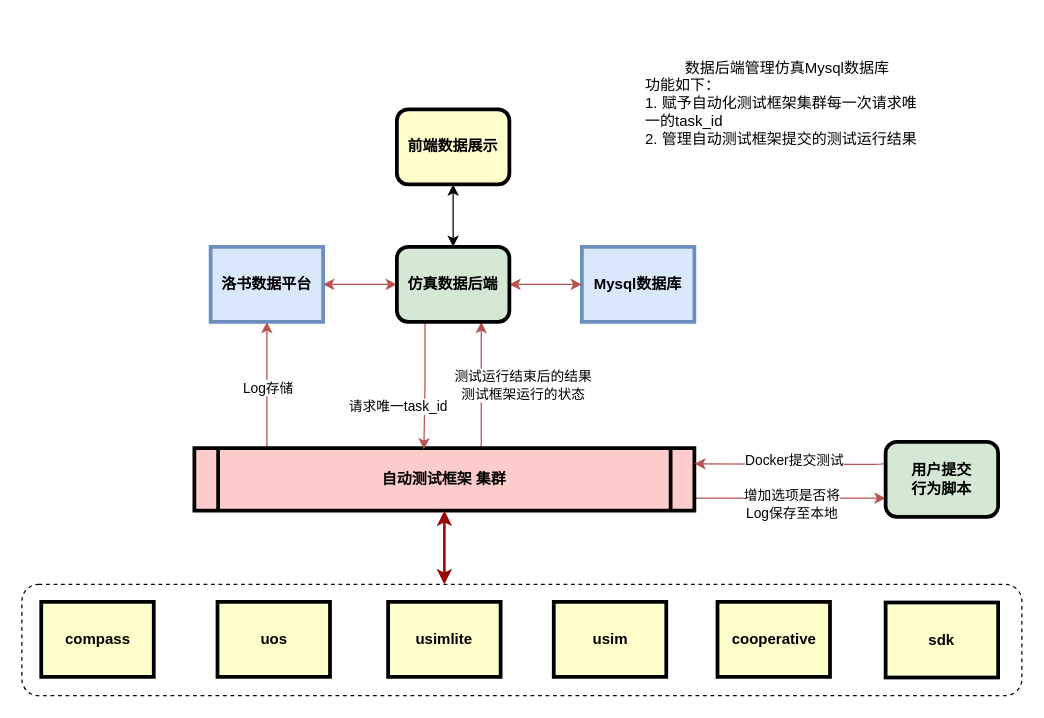
Earlier version of the draw.io diagram autotest.drawio (Kingzhoudk/diagrams). Source tidied: cells renumbered, new cells numbered last; positions are measured from the earlier drawing's top-left corner, leaving out a move shared by most shapes. Both pictures are drawn from the tidied source at 125%, with x=0, y=0 at pixel (21, 34).
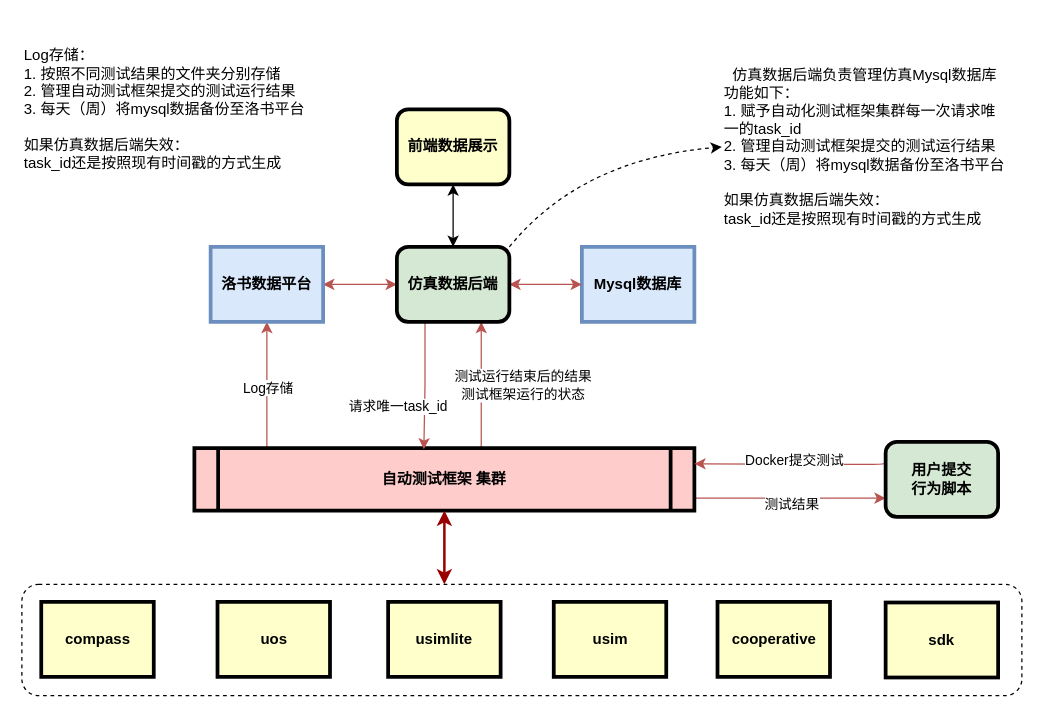
The same diagram, later.

Unchanged cells that the change refers to:
```xml
<mxCell id="5" style="edgeStyle=orthogonalEdgeStyle;rounded=0;jettySize=auto;html=1;exitX=1;exitY=0.75;exitDx=0;exitDy=0;entryX=0;entryY=0.75;entryDx=0;entryDy=0;startArrow=none;startFill=0;fillColor=#f8cecc;strokeColor=#b85450;" parent="1" edge="1" source="9" target="20">
  <mxGeometry relative="1" as="geometry">
    <Array as="points">
      <mxPoint x="538" y="371" />
    </Array>
  </mxGeometry>
</mxCell>
<mxCell id="28" value="仿真数据后端" style="whiteSpace=wrap;align=center;verticalAlign=middle;fontStyle=1;strokeWidth=3;fillColor=#d5e8d4;strokeColor=default;rounded=1;" parent="1" vertex="1">
  <mxGeometry x="300" y="170" width="90" height="60" as="geometry" />
</mxCell>
```

The edit, as a diff of the source:
```diff
@@
-    <mxCell id="6" value="&lt;div&gt;增加选项是否将&lt;/div&gt;&lt;div&gt;Log保存至本地&lt;br&gt;&lt;/div&gt;" style="edgeLabel;html=1;align=center;verticalAlign=middle;" parent="5" vertex="1">
+    <mxCell id="6" value="测试结果" style="edgeLabel;html=1;align=center;verticalAlign=middle;" parent="5" vertex="1">
       <mxGeometry x="-0.12" y="-4" relative="1" as="geometry">
         <mxPoint x="12" as="offset" />
       </mxGeometry>
     </mxCell>
@@
-    <mxCell id="29" value="&lt;div align=&quot;center&quot;&gt;数据后端管理仿真Mysql数据库&lt;/div&gt;&lt;div align=&quot;left&quot;&gt;功能如下：&lt;/div&gt;&lt;div align=&quot;left&quot;&gt;1. 赋予自动化测试框架集群每一次请求唯一的task_id&lt;/div&gt;&lt;div align=&quot;left&quot;&gt;2. 管理自动测试框架提交的测试运行结果&lt;br&gt;&lt;/div&gt;" style="text;html=1;strokeColor=none;fillColor=none;align=left;verticalAlign=middle;whiteSpace=wrap;rounded=0;" parent="1" vertex="1">
-      <mxGeometry x="497" width="229" height="110" as="geometry" />
+    <mxCell id="29" value="&lt;div align=&quot;center&quot;&gt;仿真数据后端负责管理仿真Mysql数据库&lt;/div&gt;&lt;div align=&quot;left&quot;&gt;功能如下：&lt;/div&gt;&lt;div align=&quot;left&quot;&gt;1. 赋予自动化测试框架集群每一次请求唯一的task_id&lt;/div&gt;&lt;div align=&quot;left&quot;&gt;2. 管理自动测试框架提交的测试运行结果&lt;br&gt;&lt;/div&gt;&lt;div&gt;3. 每天（周）将mysql数据备份至洛书平台&lt;/div&gt;&lt;div&gt;&lt;br&gt;&lt;/div&gt;&lt;div&gt;如果仿真数据后端失效：&lt;/div&gt;&lt;div&gt;task_id还是按照现有时间戳的方式生成&lt;br&gt;&lt;/div&gt;" style="text;html=1;strokeColor=none;fillColor=none;align=left;verticalAlign=middle;whiteSpace=wrap;rounded=0;" parent="1" vertex="1">
+      <mxGeometry x="560" y="20" width="227" height="140" as="geometry" />
     </mxCell>
@@
+    <mxCell id="31" style="curved=1;endArrow=classic;html=1;rounded=0;exitX=1;exitY=0;exitDx=0;exitDy=0;entryX=0;entryY=0.5;entryDx=0;entryDy=0;dashed=1;" parent="1" edge="1" source="28" target="29">
+      <mxGeometry relative="1" as="geometry">
+        <Array as="points">
+          <mxPoint x="447" y="100" />
+        </Array>
+      </mxGeometry>
+    </mxCell>
+    <mxCell id="32" value="Log存储：&lt;div align=&quot;left&quot;&gt;1. 按照不同测试结果的文件夹分别存储&lt;/div&gt;&lt;div align=&quot;left&quot;&gt;2. 管理自动测试框架提交的测试运行结果&lt;br&gt;&lt;/div&gt;&lt;div&gt;3. 每天（周）将mysql数据备份至洛书平台&lt;/div&gt;&lt;div&gt;&lt;br&gt;&lt;/div&gt;&lt;div&gt;如果仿真数据后端失效：&lt;/div&gt;&lt;div&gt;task_id还是按照现有时间戳的方式生成&lt;br&gt;&lt;/div&gt;" style="text;html=1;strokeColor=none;fillColor=none;align=left;verticalAlign=middle;whiteSpace=wrap;rounded=0;" parent="1" vertex="1">
+      <mxGeometry y="-10" width="227" height="140" as="geometry" />
+    </mxCell>
```
